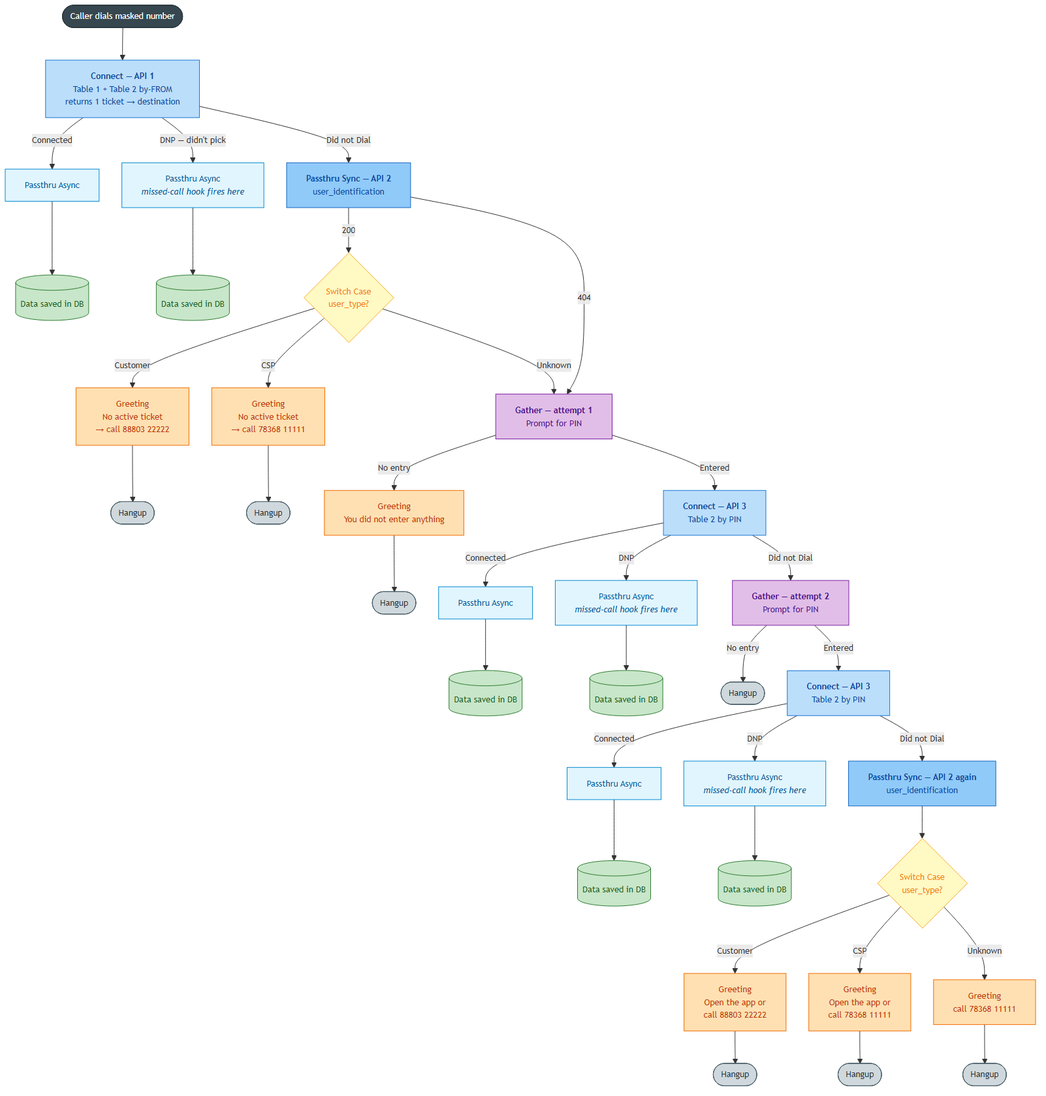
Earlier version of the Mermaid export exotel-app-bazaar-flow.png (ashish-raj-wiom/IVR-Routing-Solutioning). Its source is kept beside it as exotel-app-bazaar-flow.mmd.
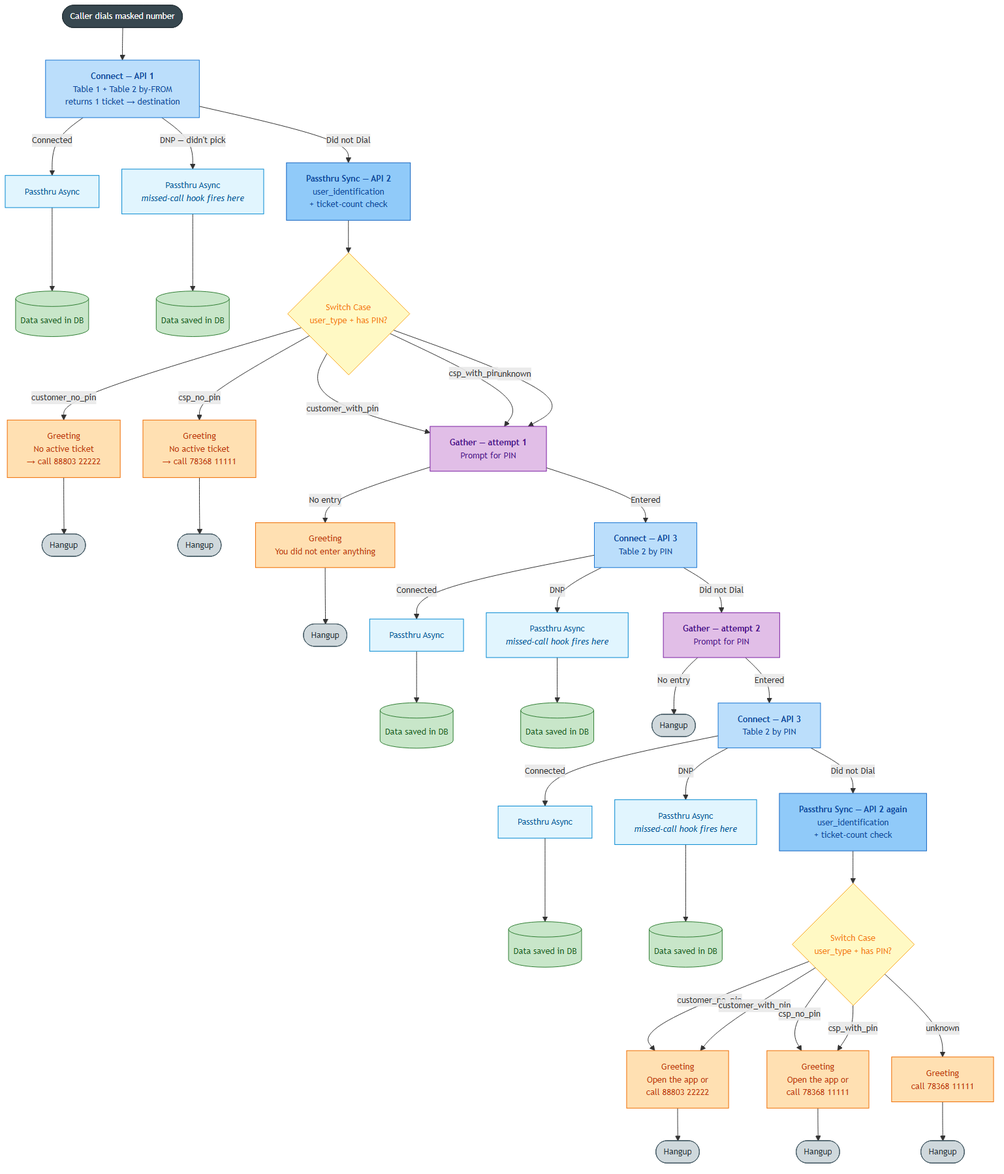
After the commit.

Commit message:
Fix recognised multi-ticket caller bug — Switch Case now 5 branches

The edit, as a diff of the source:
```diff
@@ -10,18 +10,19 @@
     C1 -->|DNP — didn't pick| PA2["Passthru Async<br/><i>missed-call hook fires here</i>"]:::passthru
     PA2 --> DB2[(Data saved in DB)]:::store
 
-    C1 -->|Did not Dial| PS1["<b>Passthru Sync — API 2</b><br/>user_identification"]:::sync
+    C1 -->|Did not Dial| PS1["<b>Passthru Sync — API 2</b><br/>user_identification<br/>+ ticket-count check"]:::sync
 
-    PS1 -->|200| SC1{Switch Case<br/>user_type?}:::switch
-    PS1 -->|404| G1
+    PS1 --> SC1{Switch Case<br/>user_type + has PIN?}:::switch
 
-    SC1 -->|Customer| GR1["Greeting<br/>No active ticket<br/>→ call 88803 22222"]:::greeting
+    SC1 -->|customer_no_pin| GR1["Greeting<br/>No active ticket<br/>→ call 88803 22222"]:::greeting
     GR1 --> HU1([Hangup]):::hangup
 
-    SC1 -->|CSP| GR2["Greeting<br/>No active ticket<br/>→ call 78368 11111"]:::greeting
+    SC1 -->|csp_no_pin| GR2["Greeting<br/>No active ticket<br/>→ call 78368 11111"]:::greeting
     GR2 --> HU2([Hangup]):::hangup
 
-    SC1 -->|Unknown| G1["<b>Gather — attempt 1</b><br/>Prompt for PIN"]:::gather
+    SC1 -->|customer_with_pin| G1["<b>Gather — attempt 1</b><br/>Prompt for PIN"]:::gather
+    SC1 -->|csp_with_pin| G1
+    SC1 -->|unknown| G1
 
     G1 -->|No entry| GR3["Greeting<br/>You did not enter anything"]:::greeting
     GR3 --> HU3([Hangup]):::hangup
@@ -46,16 +47,18 @@
     C3 -->|DNP| PA6["Passthru Async<br/><i>missed-call hook fires here</i>"]:::passthru
     PA6 --> DB6[(Data saved in DB)]:::store
 
-    C3 -->|Did not Dial| PS2["<b>Passthru Sync — API 2 again</b><br/>user_identification"]:::sync
-    PS2 --> SC2{Switch Case<br/>user_type?}:::switch
+    C3 -->|Did not Dial| PS2["<b>Passthru Sync — API 2 again</b><br/>user_identification<br/>+ ticket-count check"]:::sync
+    PS2 --> SC2{Switch Case<br/>user_type + has PIN?}:::switch
 
-    SC2 -->|Customer| GR4["Greeting<br/>Open the app or<br/>call 88803 22222"]:::greeting
+    SC2 -->|customer_no_pin| GR4["Greeting<br/>Open the app or<br/>call 88803 22222"]:::greeting
+    SC2 -->|customer_with_pin| GR4
     GR4 --> HU5([Hangup]):::hangup
 
-    SC2 -->|CSP| GR5["Greeting<br/>Open the app or<br/>call 78368 11111"]:::greeting
+    SC2 -->|csp_no_pin| GR5["Greeting<br/>Open the app or<br/>call 78368 11111"]:::greeting
+    SC2 -->|csp_with_pin| GR5
     GR5 --> HU6([Hangup]):::hangup
 
-    SC2 -->|Unknown| GR6["Greeting<br/>call 78368 11111"]:::greeting
+    SC2 -->|unknown| GR6["Greeting<br/>call 78368 11111"]:::greeting
     GR6 --> HU7([Hangup]):::hangup
 
     classDef start    fill:#37474f,stroke:#263238,color:#fff
```
